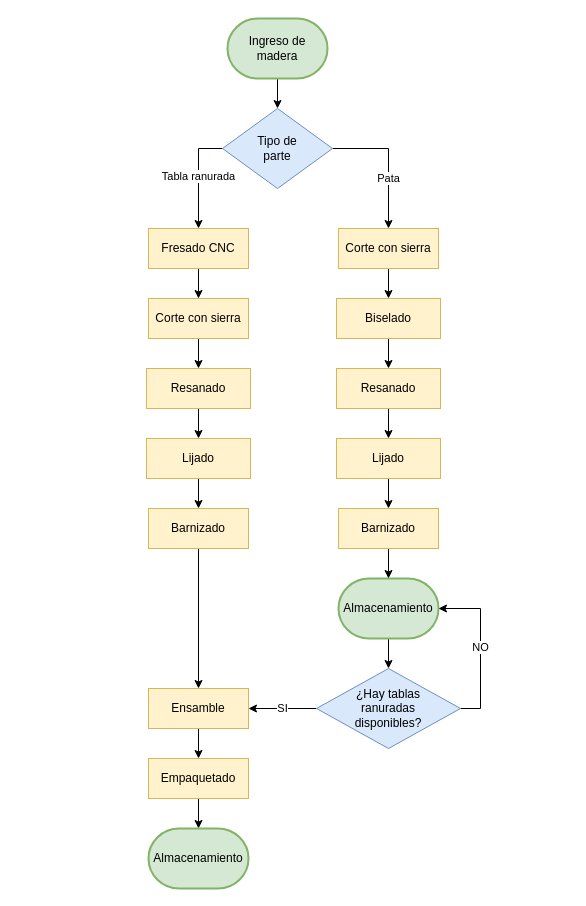
Earlier version of the draw.io diagram diagramaFlujoMesa.drawio (PurpleWood-APM/Documentacion-Proyecto). Source tidied: cells renumbered, new cells numbered last; positions are measured from the earlier drawing's top-left corner, leaving out a move shared by most shapes. Both pictures are drawn from the tidied source at 100%, with x=0, y=0 at pixel (146, 18).
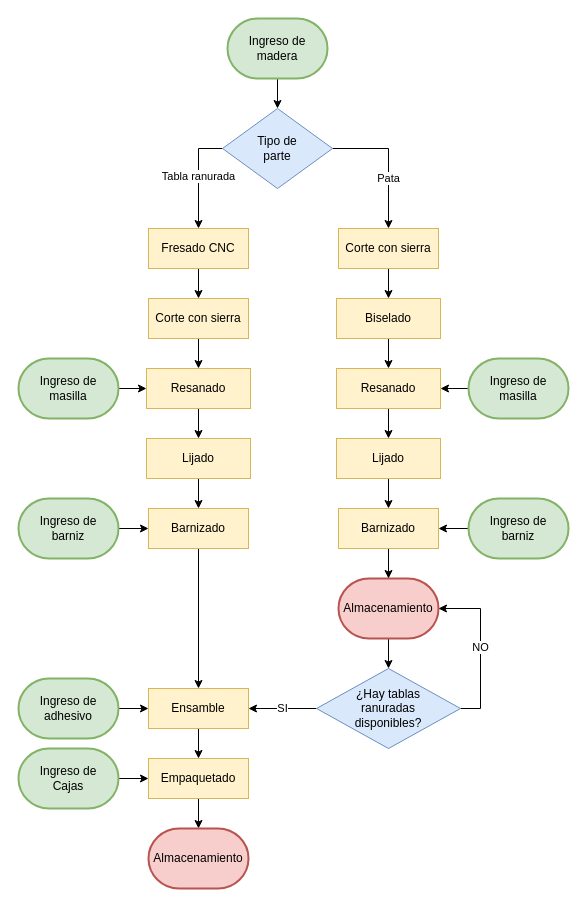
The same diagram, later.

Commit message:
:memo: se agrega entradas de material en diagramaFlujoMesa.drawio

Unchanged cells that the change refers to:
```xml
<mxCell id="11" value="Resanado" style="rounded=0;whiteSpace=wrap;html=1;fillColor=#fff2cc;strokeColor=#d6b656;" parent="1" vertex="1">
  <mxGeometry y="350" width="104" height="40" as="geometry" />
</mxCell>
<mxCell id="15" value="Barnizado" style="rounded=0;whiteSpace=wrap;html=1;fillColor=#fff2cc;strokeColor=#d6b656;" parent="1" vertex="1">
  <mxGeometry x="2" y="490" width="100" height="40" as="geometry" />
</mxCell>
<mxCell id="17" value="Ensamble" style="rounded=0;whiteSpace=wrap;html=1;fillColor=#fff2cc;strokeColor=#d6b656;" parent="1" vertex="1">
  <mxGeometry x="2" y="670" width="100" height="40" as="geometry" />
</mxCell>
<mxCell id="19" value="Empaquetado" style="rounded=0;whiteSpace=wrap;html=1;fillColor=#fff2cc;strokeColor=#d6b656;" parent="1" vertex="1">
  <mxGeometry x="2" y="740" width="100" height="40" as="geometry" />
</mxCell>
<mxCell id="32" value="Resanado" style="rounded=0;whiteSpace=wrap;html=1;fillColor=#fff2cc;strokeColor=#d6b656;" parent="1" vertex="1">
  <mxGeometry x="190" y="350" width="104" height="40" as="geometry" />
</mxCell>
<mxCell id="36" value="Barnizado" style="rounded=0;whiteSpace=wrap;html=1;fillColor=#fff2cc;strokeColor=#d6b656;" parent="1" vertex="1">
  <mxGeometry x="192" y="490" width="100" height="40" as="geometry" />
</mxCell>
```

Change to the diagram source:
```diff
@@
-    <mxCell id="20" value="Almacenamiento" style="strokeWidth=2;html=1;shape=mxgraph.flowchart.terminator;whiteSpace=wrap;fillColor=#d5e8d4;strokeColor=#82b366;" parent="1" vertex="1">
+    <mxCell id="20" value="Almacenamiento" style="strokeWidth=2;html=1;shape=mxgraph.flowchart.terminator;whiteSpace=wrap;fillColor=#f8cecc;strokeColor=#b85450;" parent="1" vertex="1">
       <mxGeometry x="2" y="810" width="100" height="60" as="geometry" />
     </mxCell>
@@
-    <mxCell id="27" value="Almacenamiento" style="strokeWidth=2;html=1;shape=mxgraph.flowchart.terminator;whiteSpace=wrap;fillColor=#d5e8d4;strokeColor=#82b366;" parent="1" vertex="1">
+    <mxCell id="27" value="Almacenamiento" style="strokeWidth=2;html=1;shape=mxgraph.flowchart.terminator;whiteSpace=wrap;fillColor=#f8cecc;strokeColor=#b85450;" parent="1" vertex="1">
       <mxGeometry x="192" y="560" width="100" height="60" as="geometry" />
     </mxCell>
@@
+    <mxCell id="37" style="edgeStyle=orthogonalEdgeStyle;rounded=0;jettySize=auto;html=1;exitX=0;exitY=0.5;exitDx=0;exitDy=0;exitPerimeter=0;entryX=1;entryY=0.5;entryDx=0;entryDy=0;" parent="1" edge="1" source="38" target="36">
+      <mxGeometry relative="1" as="geometry" />
+    </mxCell>
+    <mxCell id="38" value="&lt;div&gt;Ingreso de &lt;br&gt;&lt;/div&gt;&lt;div&gt;barniz&lt;/div&gt;" style="strokeWidth=2;html=1;shape=mxgraph.flowchart.terminator;whiteSpace=wrap;fillColor=#d5e8d4;strokeColor=#82b366;" parent="1" vertex="1">
+      <mxGeometry x="322" y="480" width="100" height="60" as="geometry" />
+    </mxCell>
+    <mxCell id="39" style="edgeStyle=orthogonalEdgeStyle;rounded=0;jettySize=auto;html=1;exitX=1;exitY=0.5;exitDx=0;exitDy=0;exitPerimeter=0;entryX=0;entryY=0.5;entryDx=0;entryDy=0;" parent="1" edge="1" source="40" target="19">
+      <mxGeometry relative="1" as="geometry" />
+    </mxCell>
+    <mxCell id="40" value="&lt;div&gt;Ingreso de &lt;br&gt;&lt;/div&gt;&lt;div&gt;Cajas&lt;br&gt;&lt;/div&gt;" style="strokeWidth=2;html=1;shape=mxgraph.flowchart.terminator;whiteSpace=wrap;fillColor=#d5e8d4;strokeColor=#82b366;" parent="1" vertex="1">
+      <mxGeometry x="-128" y="730" width="100" height="60" as="geometry" />
+    </mxCell>
+    <mxCell id="41" style="edgeStyle=orthogonalEdgeStyle;rounded=0;jettySize=auto;html=1;exitX=1;exitY=0.5;exitDx=0;exitDy=0;exitPerimeter=0;entryX=0;entryY=0.5;entryDx=0;entryDy=0;" parent="1" edge="1" source="42" target="17">
+      <mxGeometry relative="1" as="geometry" />
+    </mxCell>
+    <mxCell id="42" value="&lt;div&gt;Ingreso de &lt;br&gt;&lt;/div&gt;&lt;div&gt;adhesivo&lt;br&gt;&lt;/div&gt;" style="strokeWidth=2;html=1;shape=mxgraph.flowchart.terminator;whiteSpace=wrap;fillColor=#d5e8d4;strokeColor=#82b366;" parent="1" vertex="1">
+      <mxGeometry x="-128" y="660" width="100" height="60" as="geometry" />
+    </mxCell>
+    <mxCell id="43" style="edgeStyle=orthogonalEdgeStyle;rounded=0;jettySize=auto;html=1;exitX=1;exitY=0.5;exitDx=0;exitDy=0;exitPerimeter=0;entryX=0;entryY=0.5;entryDx=0;entryDy=0;" parent="1" edge="1" source="44" target="15">
+      <mxGeometry relative="1" as="geometry" />
+    </mxCell>
+    <mxCell id="44" value="&lt;div&gt;Ingreso de &lt;br&gt;&lt;/div&gt;&lt;div&gt;barniz&lt;/div&gt;" style="strokeWidth=2;html=1;shape=mxgraph.flowchart.terminator;whiteSpace=wrap;fillColor=#d5e8d4;strokeColor=#82b366;" parent="1" vertex="1">
+      <mxGeometry x="-128" y="480" width="100" height="60" as="geometry" />
+    </mxCell>
+    <mxCell id="45" style="edgeStyle=orthogonalEdgeStyle;rounded=0;jettySize=auto;html=1;exitX=1;exitY=0.5;exitDx=0;exitDy=0;exitPerimeter=0;entryX=0;entryY=0.5;entryDx=0;entryDy=0;" parent="1" edge="1" source="46" target="11">
+      <mxGeometry relative="1" as="geometry" />
+    </mxCell>
+    <mxCell id="46" value="&lt;div&gt;Ingreso de &lt;br&gt;&lt;/div&gt;&lt;div&gt;masilla&lt;br&gt;&lt;/div&gt;" style="strokeWidth=2;html=1;shape=mxgraph.flowchart.terminator;whiteSpace=wrap;fillColor=#d5e8d4;strokeColor=#82b366;" parent="1" vertex="1">
+      <mxGeometry x="-128" y="340" width="100" height="60" as="geometry" />
+    </mxCell>
+    <mxCell id="47" style="edgeStyle=orthogonalEdgeStyle;rounded=0;jettySize=auto;html=1;exitX=0;exitY=0.5;exitDx=0;exitDy=0;exitPerimeter=0;entryX=1;entryY=0.5;entryDx=0;entryDy=0;" parent="1" edge="1" source="48" target="32">
+      <mxGeometry relative="1" as="geometry" />
+    </mxCell>
+    <mxCell id="48" value="&lt;div&gt;Ingreso de &lt;br&gt;&lt;/div&gt;&lt;div&gt;masilla&lt;br&gt;&lt;/div&gt;" style="strokeWidth=2;html=1;shape=mxgraph.flowchart.terminator;whiteSpace=wrap;fillColor=#d5e8d4;strokeColor=#82b366;" parent="1" vertex="1">
+      <mxGeometry x="322" y="340" width="100" height="60" as="geometry" />
+    </mxCell>
```
